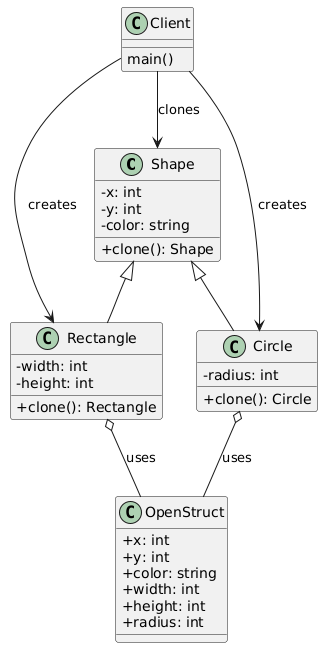
Before: creational/prototype/images/prototype-uml-light.png, a diagram exported from PlantUML (davidmrtz-dev/ruby-d-patterns). Its diagram source:
```plantuml
@startuml
skinparam classAttributeIconSize 0

class Shape {
    - x: int
    - y: int
    - color: string
    + clone(): Shape
}

class Rectangle {
    - width: int
    - height: int
    + clone(): Rectangle
}

class Circle {
    - radius: int
    + clone(): Circle
}

Shape <|-- Rectangle
Shape <|-- Circle

class OpenStruct {
    + x: int
    + y: int
    + color: string
    + width: int
    + height: int
    + radius: int
}

Rectangle o-- OpenStruct : uses
Circle o-- OpenStruct : uses

class Client {
    main()
}

Client --> Rectangle : creates
Client --> Circle : creates
Client --> Shape : clones
@enduml
```
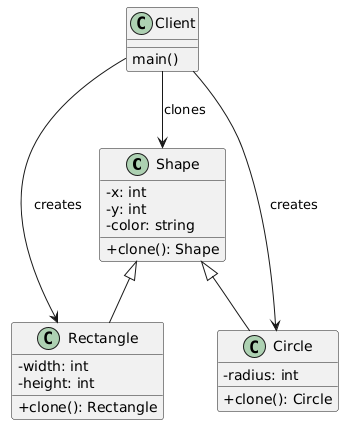
After the change.

Change to the diagram source:
```diff
@@ -22,18 +22,6 @@
 Shape <|-- Rectangle
 Shape <|-- Circle
 
-class OpenStruct {
-    + x: int
-    + y: int
-    + color: string
-    + width: int
-    + height: int
-    + radius: int
-}
-
-Rectangle o-- OpenStruct : uses
-Circle o-- OpenStruct : uses
-
 class Client {
     main()
 }
```
